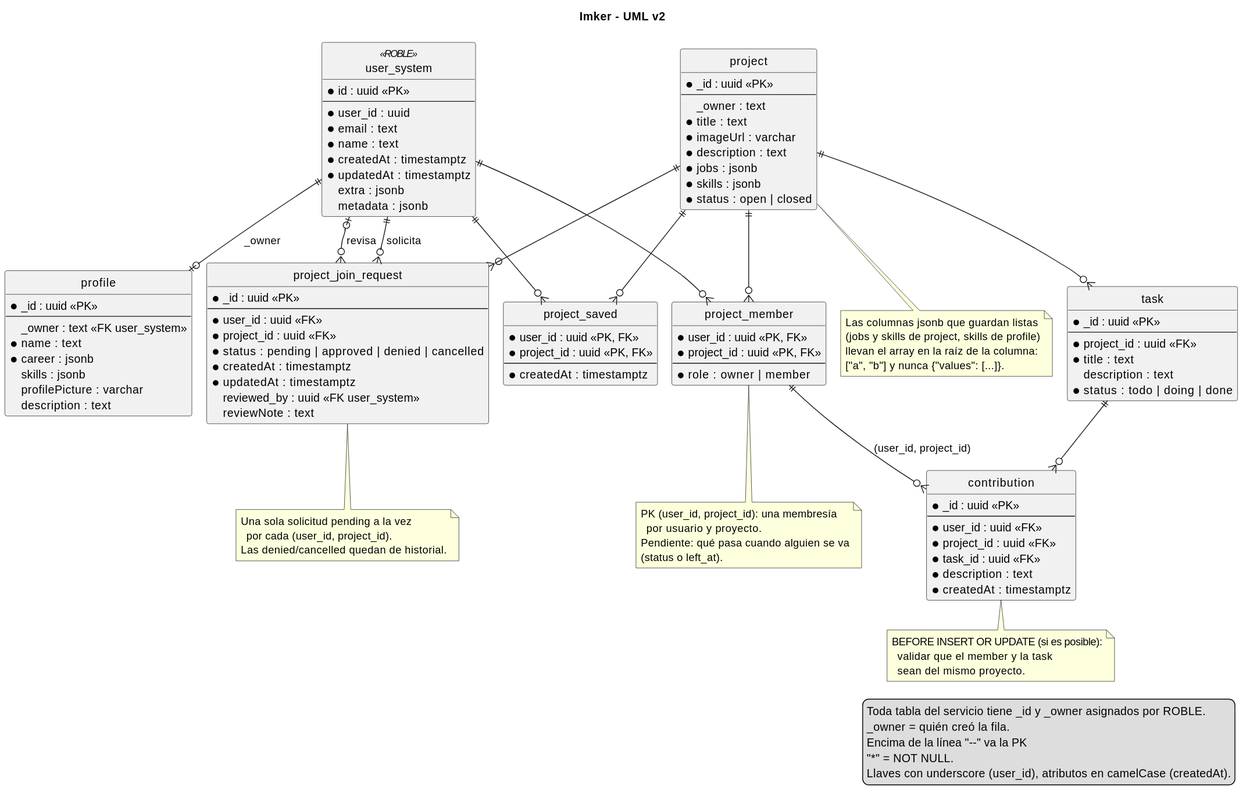
Above: docs/db/class_diagram.svg in kicconsu/design-thinking (PlantUML), before the change.
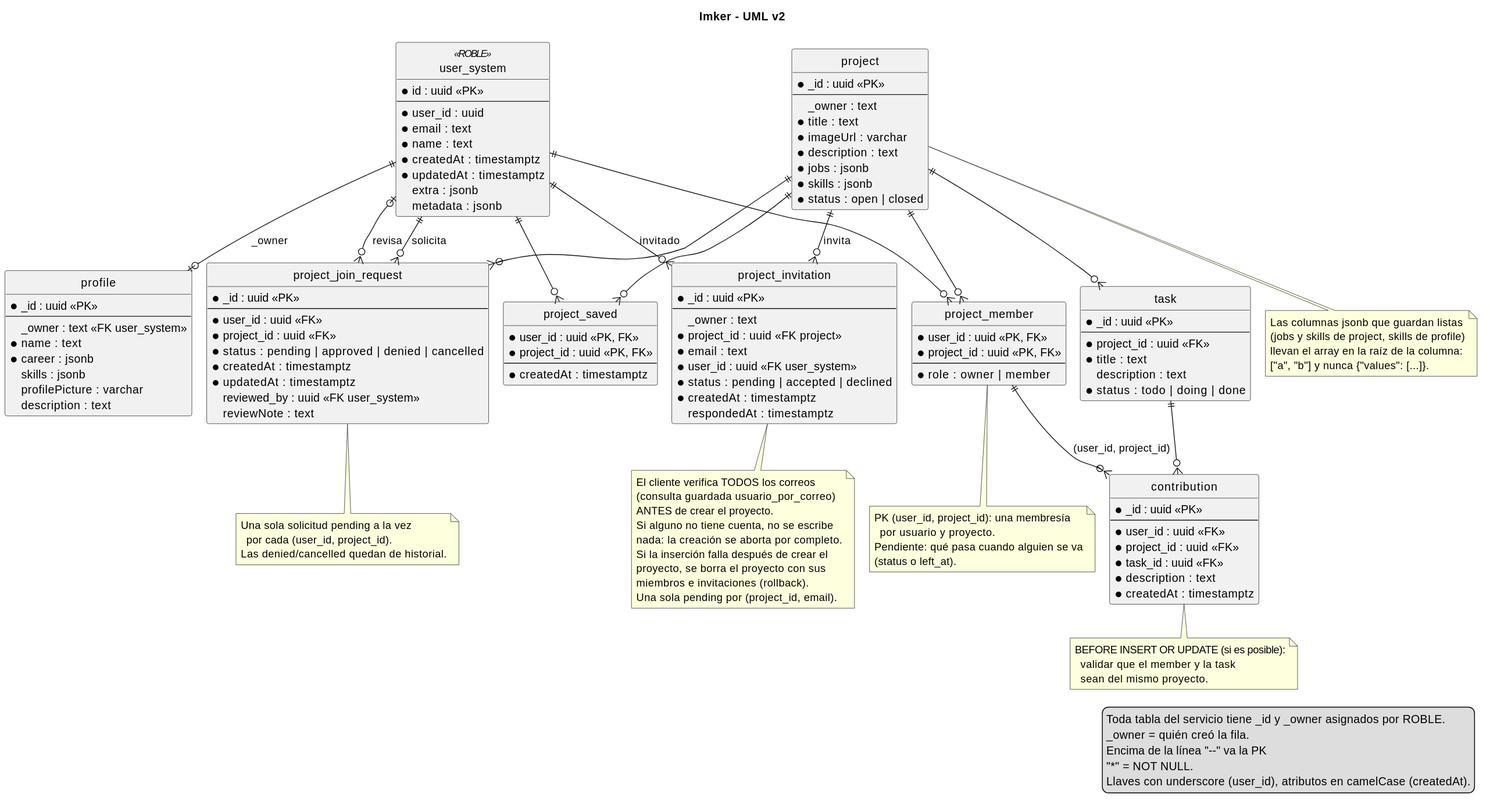
After the change.

What changed in the source:
```diff
@@ -80,6 +80,18 @@
 * role : owner | member
 }
 
+entity project_invitation {
+* _id : uuid <<PK>>
+--
+  _owner : text
+* project_id : uuid <<FK project>>
+* email : text
+* user_id : uuid <<FK user_system>>
+* status : pending | accepted | declined
+* createdAt : timestamptz
+  respondedAt : timestamptz
+}
+
 entity task {
 * _id : uuid <<PK>>
 --
@@ -111,6 +123,9 @@
 user_system ||--o{ project_member
 project ||--o{ project_member
 
+user_system ||--o{ project_invitation : "invitado"
+project ||--o{ project_invitation : invita
+
 project ||--o{ task
 
 project_member ||--o{ contribution : "(user_id, project_id)"
@@ -134,4 +149,16 @@
 Pendiente: qué pasa cuando alguien se va
 (status o left_at).
 end note
+
+note bottom of project_invitation
+  El cliente verifica TODOS los correos
+  (consulta guardada usuario_por_correo)
+  ANTES de crear el proyecto.
+  Si alguno no tiene cuenta, no se escribe
+  nada: la creación se aborta por completo.
+  Si la inserción falla después de crear el
+  proyecto, se borra el proyecto con sus
+  miembros e invitaciones (rollback).
+  Una sola pending por (project_id, email).
+end note
 @enduml
```
